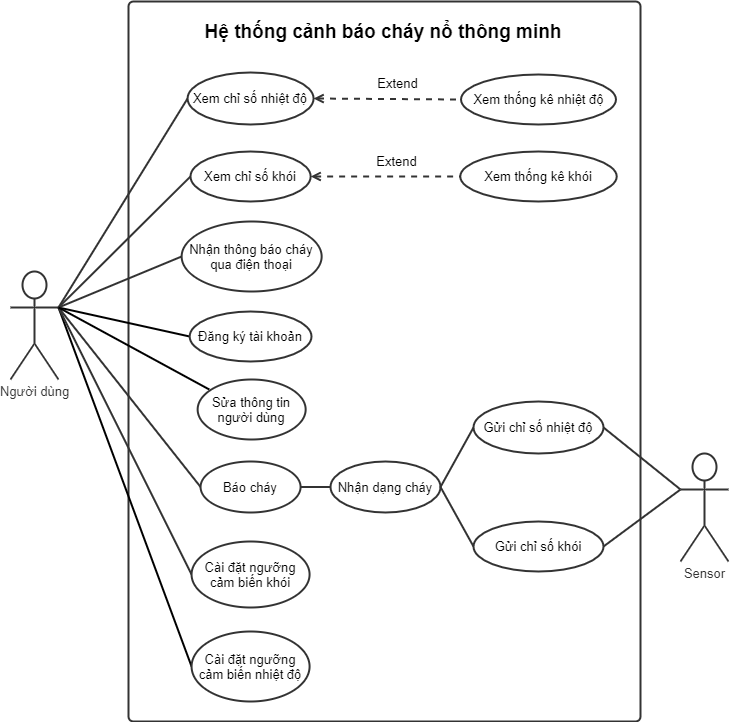
Above: report/diagram/use-case-diagram.png in hoangduydangle97/TTDADN_HK202 (draw.io), before the change. Source tidied: cells renumbered, new cells last; positions are measured from the earlier drawing's top-left corner, leaving out a move shared by most shapes.
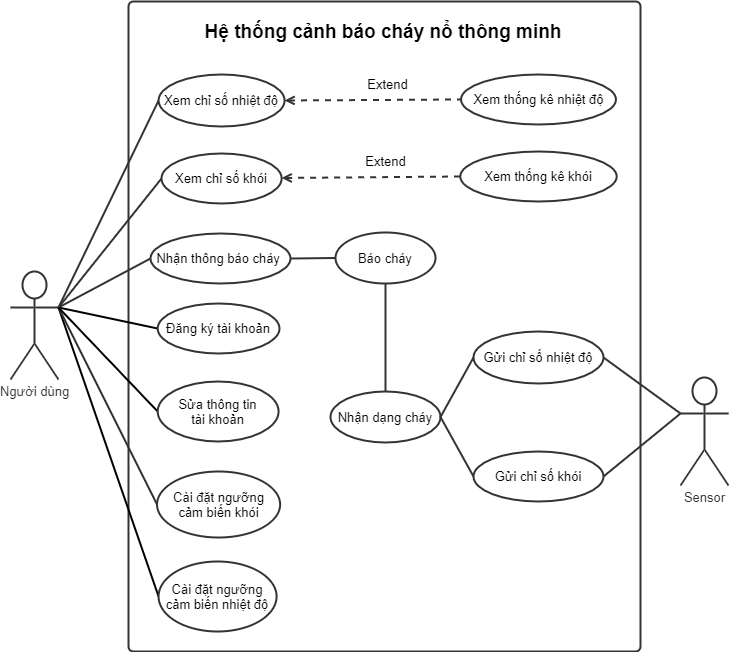
The same diagram one commit later.

Commit message:
update use-case-diagram ver1.1

What changed in the source:
```diff
@@ -3,7 +3,7 @@
     <mxCell id="0" />
     <mxCell id="1" parent="0" />
     <mxCell id="2" style="html=1;whiteSpace=wrap;fontSize=13;fontColor=#333333;align=center;spacing=0;strokeColor=#333333;strokeOpacity=100;fillOpacity=0;rounded=1;absoluteArcSize=1;arcSize=9.6;fillColor=#000000;strokeWidth=2;" parent="1" vertex="1">
-      <mxGeometry x="118" width="512" height="720" as="geometry" />
+      <mxGeometry x="118" width="512" height="650" as="geometry" />
     </mxCell>
     <mxCell id="3" style="edgeStyle=none;rounded=0;jettySize=auto;html=1;endArrow=none;endFill=0;strokeWidth=2;fontSize=13;entryX=0;entryY=0.5;entryDx=0;entryDy=0;exitX=1;exitY=0.3333333333333333;exitDx=0;exitDy=0;exitPerimeter=0;" parent="1" edge="1" source="4" target="25">
       <mxGeometry relative="1" as="geometry" />
@@ -20,41 +20,38 @@
     <mxCell id="7" style="html=1;jettySize=18;fontSize=13;strokeColor=#333333;strokeOpacity=100;strokeWidth=2;rounded=0;startArrow=none;endArrow=none;entryX=-0.0068187284028999266;entryY=0.5;entryPerimeter=1;exitX=1;exitY=0.3333333333333333;exitDx=0;exitDy=0;exitPerimeter=0;" parent="1" edge="1" source="4" target="13">
       <mxGeometry relative="1" as="geometry" />
     </mxCell>
-    <mxCell id="8" style="html=1;jettySize=18;fontSize=13;strokeColor=#333333;strokeOpacity=100;strokeWidth=2;rounded=0;startArrow=none;endArrow=none;exitX=1;exitY=0.3333333333333333;exitPerimeter=0;entryX=0;entryY=0.5;entryDx=0;entryDy=0;exitDx=0;exitDy=0;" parent="1" edge="1" source="4" target="16">
-      <mxGeometry relative="1" as="geometry" />
-    </mxCell>
     <mxCell id="9" style="html=1;jettySize=18;fontSize=13;strokeColor=#333333;strokeOpacity=100;strokeWidth=2;rounded=0;startArrow=none;endArrow=none;entryX=0;entryY=0.5;entryDx=0;entryDy=0;exitX=1;exitY=0.3333333333333333;exitDx=0;exitDy=0;exitPerimeter=0;" parent="1" edge="1" source="4" target="26">
       <mxGeometry relative="1" as="geometry" />
     </mxCell>
     <mxCell id="10" style="html=1;jettySize=18;fontSize=13;strokeColor=#333333;strokeOpacity=100;strokeWidth=2;rounded=0;startArrow=none;endArrow=none;exitX=1;exitY=0.3333333333333333;exitPerimeter=0;entryX=0;entryY=0.5;entryDx=0;entryDy=0;exitDx=0;exitDy=0;" parent="1" edge="1" source="4" target="18">
       <mxGeometry relative="1" as="geometry" />
     </mxCell>
-    <mxCell id="11" style="edgeStyle=none;rounded=0;jettySize=auto;html=1;endArrow=none;endFill=0;strokeWidth=2;fontSize=13;exitX=0.108;exitY=0.167;exitDx=0;exitDy=0;exitPerimeter=0;entryX=1;entryY=0.3333333333333333;entryDx=0;entryDy=0;entryPerimeter=0;" parent="1" edge="1" source="15" target="4">
+    <mxCell id="11" style="edgeStyle=none;rounded=0;jettySize=auto;html=1;endArrow=none;endFill=0;strokeWidth=2;fontSize=13;exitX=0;exitY=0.5;exitDx=0;exitDy=0;entryX=1;entryY=0.3333333333333333;entryDx=0;entryDy=0;entryPerimeter=0;" parent="1" edge="1" source="15" target="4">
       <mxGeometry relative="1" as="geometry" />
     </mxCell>
     <mxCell id="12" value="Sensor" style="html=1;whiteSpace=wrap;shape=umlActor;labelPosition=center;verticalLabelPosition=bottom;verticalAlign=top;whiteSpace=nowrap;fontSize=13;fontColor=#333333;align=center;spacing=0;strokeColor=#333333;strokeOpacity=100;fillOpacity=100;rounded=1;absoluteArcSize=1;arcSize=9.6;fillColor=#ffffff;strokeWidth=2;" parent="1" vertex="1">
-      <mxGeometry x="670" y="452" width="48" height="108" as="geometry" />
+      <mxGeometry x="670" y="376" width="48" height="108" as="geometry" />
     </mxCell>
-    <mxCell id="13" value="Nhận thông báo cháy qua điện thoại" style="html=1;whiteSpace=wrap;shape=ellipse;fontSize=13;spacing=3;strokeColor=#333333;strokeOpacity=100;fillOpacity=100;rounded=1;absoluteArcSize=1;arcSize=9.6;fillColor=#ffffff;strokeWidth=2;" parent="1" vertex="1">
-      <mxGeometry x="171.1" y="220" width="140" height="70" as="geometry" />
+    <mxCell id="13" value="Nhận thông báo cháy&amp;nbsp;" style="html=1;whiteSpace=wrap;shape=ellipse;fontSize=13;spacing=3;strokeColor=#333333;strokeOpacity=100;fillOpacity=100;rounded=1;absoluteArcSize=1;arcSize=9.6;fillColor=#ffffff;strokeWidth=2;" parent="1" vertex="1">
+      <mxGeometry x="140" y="232" width="140" height="50" as="geometry" />
     </mxCell>
     <mxCell id="14" value="Xem thống kê nhiệt độ" style="html=1;whiteSpace=wrap;shape=ellipse;fontSize=13;spacing=3;strokeColor=#333333;strokeOpacity=100;fillOpacity=100;rounded=1;absoluteArcSize=1;arcSize=9.6;fillColor=#ffffff;strokeWidth=2;" parent="1" vertex="1">
       <mxGeometry x="450.5" y="73" width="154.9" height="50" as="geometry" />
     </mxCell>
-    <mxCell id="15" value="Sửa thông tin người dùng" style="html=1;whiteSpace=wrap;shape=ellipse;fontSize=13;spacing=3;strokeColor=#333333;strokeOpacity=100;fillOpacity=100;rounded=1;absoluteArcSize=1;arcSize=9.6;fillColor=#ffffff;strokeWidth=2;" parent="1" vertex="1">
-      <mxGeometry x="187.1" y="378" width="108" height="60" as="geometry" />
+    <mxCell id="15" value="Sửa thông tin&lt;br&gt;tài khoản" style="html=1;whiteSpace=wrap;shape=ellipse;fontSize=13;spacing=3;strokeColor=#333333;strokeOpacity=100;fillOpacity=100;rounded=1;absoluteArcSize=1;arcSize=9.6;fillColor=#ffffff;strokeWidth=2;" parent="1" vertex="1">
+      <mxGeometry x="147.2" y="380" width="120.9" height="60" as="geometry" />
     </mxCell>
     <mxCell id="16" value="Báo cháy" style="html=1;whiteSpace=wrap;shape=ellipse;fontSize=13;spacing=3;strokeColor=#333333;strokeOpacity=100;fillOpacity=100;rounded=1;absoluteArcSize=1;arcSize=9.6;fillColor=#ffffff;strokeWidth=2;" parent="1" vertex="1">
-      <mxGeometry x="190.1" y="460" width="100" height="51" as="geometry" />
+      <mxGeometry x="325" y="231" width="100" height="51" as="geometry" />
     </mxCell>
     <mxCell id="17" value="&lt;span style=&quot;font-size: 19px;&quot;&gt;Hệ thống cảnh báo cháy nổ thông minh&lt;/span&gt;" style="text;html=1;strokeColor=none;fillColor=none;align=center;verticalAlign=middle;whiteSpace=wrap;rounded=0;fontSize=19;fontStyle=1;" parent="1" vertex="1">
       <mxGeometry x="116" y="20" width="514" height="20" as="geometry" />
     </mxCell>
     <mxCell id="18" value="Xem chỉ số nhiệt độ" style="html=1;whiteSpace=wrap;shape=ellipse;fontSize=13;spacing=3;strokeColor=#333333;strokeOpacity=100;fillOpacity=100;rounded=1;absoluteArcSize=1;arcSize=9.6;fillColor=#ffffff;strokeWidth=2;" parent="1" vertex="1">
-      <mxGeometry x="177.1" y="71" width="126" height="52" as="geometry" />
+      <mxGeometry x="148.1" y="73" width="126" height="52" as="geometry" />
     </mxCell>
     <mxCell id="19" value="Xem chỉ số khói" style="html=1;whiteSpace=wrap;shape=ellipse;fontSize=13;spacing=3;strokeColor=#333333;strokeOpacity=100;fillOpacity=100;rounded=1;absoluteArcSize=1;arcSize=9.6;fillColor=#ffffff;strokeWidth=2;" parent="1" vertex="1">
-      <mxGeometry x="180" y="150" width="120.2" height="50" as="geometry" />
+      <mxGeometry x="151" y="152" width="120.2" height="50" as="geometry" />
     </mxCell>
     <mxCell id="20" value="Xem thống kê khói" style="html=1;whiteSpace=wrap;shape=ellipse;fontSize=13;spacing=3;strokeColor=#333333;strokeOpacity=100;fillOpacity=100;rounded=1;absoluteArcSize=1;arcSize=9.6;fillColor=#ffffff;strokeWidth=2;" parent="1" vertex="1">
       <mxGeometry x="449.8" y="150" width="156.4" height="50" as="geometry" />
@@ -76,19 +73,19 @@
       </mxGeometry>
     </mxCell>
     <mxCell id="25" value="Đăng ký tài khoản" style="html=1;whiteSpace=wrap;shape=ellipse;fontSize=13;spacing=3;strokeColor=#333333;strokeOpacity=100;fillOpacity=100;rounded=1;absoluteArcSize=1;arcSize=9.6;fillColor=#ffffff;strokeWidth=2;" parent="1" vertex="1">
-      <mxGeometry x="179.2" y="310" width="121.8" height="50" as="geometry" />
+      <mxGeometry x="147.2" y="302" width="121.8" height="50" as="geometry" />
     </mxCell>
     <mxCell id="26" value="Cài đặt ngưỡng cảm biến khói" style="html=1;whiteSpace=wrap;shape=ellipse;fontSize=13;spacing=3;strokeColor=#333333;strokeOpacity=100;fillOpacity=100;rounded=1;absoluteArcSize=1;arcSize=9.6;fillColor=#ffffff;strokeWidth=2;" parent="1" vertex="1">
-      <mxGeometry x="181.1" y="540" width="118" height="66" as="geometry" />
+      <mxGeometry x="146.6" y="470" width="123.1" height="66" as="geometry" />
     </mxCell>
     <mxCell id="27" value="Cài đặt ngưỡng cảm biến nhiệt độ" style="html=1;whiteSpace=wrap;shape=ellipse;fontSize=13;spacing=3;strokeColor=#333333;strokeOpacity=100;fillOpacity=100;rounded=1;absoluteArcSize=1;arcSize=9.6;fillColor=#ffffff;strokeWidth=2;" parent="1" vertex="1">
-      <mxGeometry x="181.1" y="630" width="118" height="70" as="geometry" />
+      <mxGeometry x="148.1" y="560" width="118" height="70" as="geometry" />
     </mxCell>
     <mxCell id="28" value="Gửi chỉ số nhiệt độ" style="html=1;whiteSpace=wrap;shape=ellipse;fontSize=13;spacing=3;strokeColor=#333333;strokeOpacity=100;fillOpacity=100;rounded=1;absoluteArcSize=1;arcSize=9.6;fillColor=#ffffff;strokeWidth=2;" parent="1" vertex="1">
-      <mxGeometry x="463" y="400" width="130" height="52" as="geometry" />
+      <mxGeometry x="463" y="330" width="130" height="52" as="geometry" />
     </mxCell>
     <mxCell id="29" value="Gửi chỉ số khói" style="html=1;whiteSpace=wrap;shape=ellipse;fontSize=13;spacing=3;strokeColor=#333333;strokeOpacity=100;fillOpacity=100;rounded=1;absoluteArcSize=1;arcSize=9.6;fillColor=#ffffff;strokeWidth=2;" parent="1" vertex="1">
-      <mxGeometry x="463" y="520" width="130" height="50" as="geometry" />
+      <mxGeometry x="463" y="450" width="130" height="50" as="geometry" />
     </mxCell>
     <mxCell id="30" style="html=1;jettySize=18;fontSize=13;strokeColor=#333333;strokeOpacity=100;strokeWidth=2;rounded=0;startArrow=none;endArrow=none;entryX=0;entryY=0.3333333333333333;entryDx=0;entryDy=0;entryPerimeter=0;exitX=1;exitY=0.5;exitDx=0;exitDy=0;" parent="1" edge="1" source="28" target="12">
       <mxGeometry relative="1" as="geometry" />
@@ -97,7 +94,7 @@
       <mxGeometry relative="1" as="geometry" />
     </mxCell>
     <mxCell id="32" value="Nhận dạng cháy" style="html=1;whiteSpace=wrap;shape=ellipse;fontSize=13;spacing=3;strokeColor=#333333;strokeOpacity=100;fillOpacity=100;rounded=1;absoluteArcSize=1;arcSize=9.6;fillColor=#ffffff;strokeWidth=2;" parent="1" vertex="1">
-      <mxGeometry x="320" y="460" width="110" height="51" as="geometry" />
+      <mxGeometry x="320" y="390" width="110" height="51" as="geometry" />
     </mxCell>
     <mxCell id="33" style="html=1;jettySize=18;fontSize=13;strokeColor=#333333;strokeOpacity=100;strokeWidth=2;rounded=0;startArrow=none;endArrow=none;exitX=1;exitY=0.5;entryX=0;entryY=0.5;entryDx=0;entryDy=0;exitDx=0;exitDy=0;" parent="1" edge="1" source="32" target="28">
       <mxGeometry relative="1" as="geometry" />
@@ -105,8 +102,11 @@
     <mxCell id="34" style="html=1;jettySize=18;fontSize=13;strokeColor=#333333;strokeOpacity=100;strokeWidth=2;rounded=0;startArrow=none;endArrow=none;exitX=1;exitY=0.5;entryX=0;entryY=0.5;entryDx=0;entryDy=0;exitDx=0;exitDy=0;" parent="1" edge="1" source="32" target="29">
       <mxGeometry relative="1" as="geometry" />
     </mxCell>
-    <mxCell id="35" style="html=1;jettySize=18;fontSize=13;strokeColor=#333333;strokeOpacity=100;strokeWidth=2;rounded=0;startArrow=none;endArrow=none;exitX=1;exitY=0.5;entryX=0;entryY=0.5;entryDx=0;entryDy=0;exitDx=0;exitDy=0;" parent="1" edge="1" source="16" target="32">
-      <mxGeometry relative="1" as="geometry" />
-    </mxCell>
+    <mxCell id="36" style="html=1;jettySize=18;fontSize=13;strokeColor=#333333;strokeOpacity=100;strokeWidth=2;rounded=0;startArrow=none;endArrow=none;exitX=0;exitY=0.5;entryX=1;entryY=0.5;entryDx=0;entryDy=0;exitDx=0;exitDy=0;" parent="1" edge="1" source="16" target="13">
+      <mxGeometry relative="1" as="geometry" />
+    </mxCell>
+    <mxCell id="37" style="html=1;jettySize=18;fontSize=13;strokeColor=#333333;strokeOpacity=100;strokeWidth=2;rounded=0;startArrow=none;endArrow=none;exitX=0.5;exitY=0;entryX=0.5;entryY=1;entryDx=0;entryDy=0;exitDx=0;exitDy=0;" parent="1" edge="1" source="32" target="16">
+      <mxGeometry relative="1" as="geometry" />
+    </mxCell>
   </root>
 </mxGraphModel>
```
